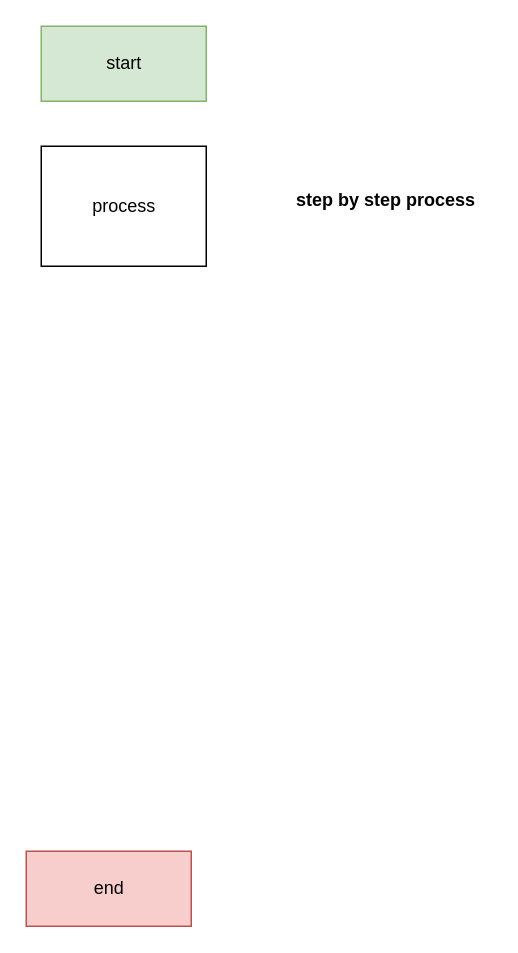
Above: Untitled Diagram.drawio in LydiaPorter/GuessMyNumber (draw.io), before the change. Source tidied: cells renumbered, new cells numbered last; positions are measured from the earlier drawing's top-left corner, leaving out a move shared by most shapes. Both pictures are drawn from the tidied source at 150%, with x=0, y=0 at pixel (26, 26).
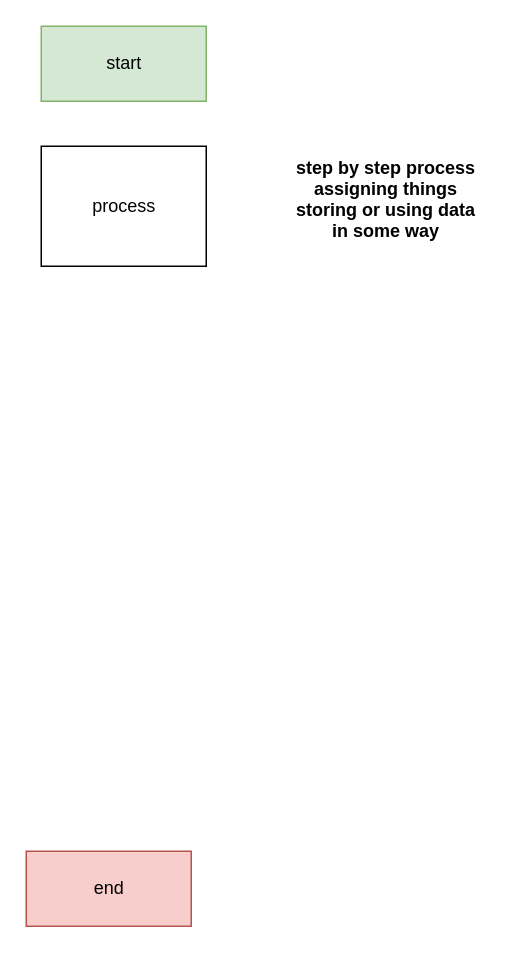
Above is the later version.

Commit message:
tic tac toe computer move.drawio

Change to the diagram source:
```diff
@@
 <mxGraphModel>
   <root>
     <mxCell id="0" />
     <mxCell id="1" parent="0" />
     <mxCell id="2" value="start" style="html=1;fillColor=#d5e8d4;strokeColor=#82b366;" parent="1" vertex="1">
       <mxGeometry x="10" width="110" height="50" as="geometry" />
     </mxCell>
     <mxCell id="3" value="end&lt;br&gt;" style="html=1;fillColor=#f8cecc;strokeColor=#b85450;" parent="1" vertex="1">
       <mxGeometry y="550" width="110" height="50" as="geometry" />
     </mxCell>
     <mxCell id="4" value="process&lt;br&gt;" style="html=1;" parent="1" vertex="1">
       <mxGeometry x="10" y="80" width="110" height="80" as="geometry" />
     </mxCell>
-    <mxCell id="5" value="step by step process" style="text;align=center;fontStyle=1;verticalAlign=middle;spacingLeft=3;spacingRight=3;strokeColor=none;" parent="1" vertex="1">
+    <mxCell id="5" value="step by step process&#10;assigning things&#10;storing or using data &#10;in some way" style="text;align=center;fontStyle=1;verticalAlign=middle;spacingLeft=3;spacingRight=3;strokeColor=none;" parent="1" vertex="1">
       <mxGeometry x="170" y="50" width="140" height="130" as="geometry" />
     </mxCell>
   </root>
 </mxGraphModel>
```
